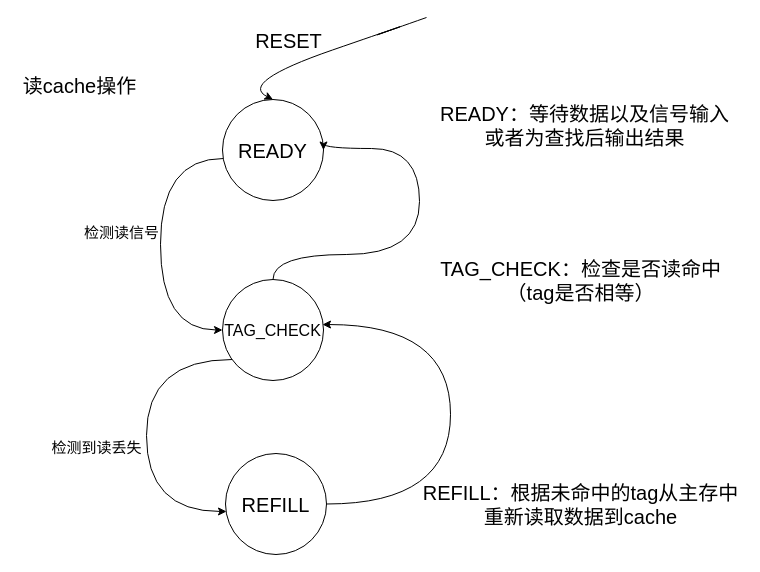
Before: exp4/draw/read.drawio in Wu-Fisher/cs_riscv_exp, a draw.io diagram. Source tidied: cells renumbered, new cells numbered last; positions are measured from the earlier drawing's top-left corner, leaving out a move shared by most shapes. Both pictures are drawn from the tidied source at 100%, with x=0, y=0 at pixel (17, 17).
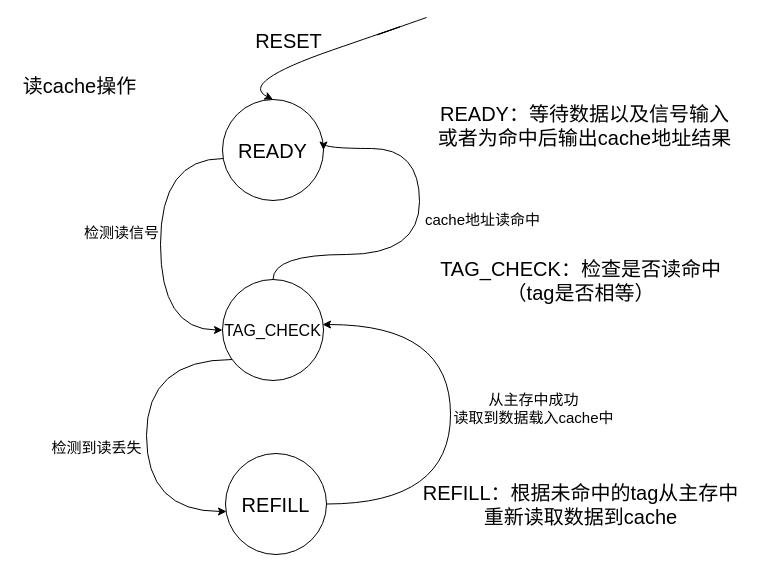
Above is the later version.

The edit, as a diff of the source:
```diff
@@
-    <mxCell id="12" value="READY：等待数据以及信号输入&lt;br&gt;或者为查找后输出结果" style="text;html=1;align=center;verticalAlign=middle;strokeColor=none;fillColor=none;fontSize=20;fontFamily=Helvetica;fontColor=#000000;" parent="1" vertex="1">
-      <mxGeometry x="417" y="82" width="299" height="52" as="geometry" />
+    <mxCell id="12" value="READY：等待数据以及信号输入&lt;br&gt;或者为命中后输出cache地址结果" style="text;html=1;align=center;verticalAlign=middle;strokeColor=none;fillColor=none;fontSize=20;fontFamily=Helvetica;fontColor=#000000;" parent="1" vertex="1">
+      <mxGeometry x="415" y="82" width="303" height="52" as="geometry" />
     </mxCell>
@@
+    <mxCell id="17" value="从主存中成功&lt;br&gt;读取到数据载入cache中" style="text;html=1;align=center;verticalAlign=middle;strokeColor=none;fillColor=none;fontSize=15;fontFamily=Helvetica;fontColor=#000000;" parent="1" vertex="1">
+      <mxGeometry x="431" y="371" width="170" height="40" as="geometry" />
+    </mxCell>
+    <mxCell id="18" value="cache地址读命中" style="text;html=1;align=center;verticalAlign=middle;strokeColor=none;fillColor=none;fontSize=15;fontFamily=Helvetica;fontColor=#000000;" parent="1" vertex="1">
+      <mxGeometry x="402" y="191" width="125" height="22" as="geometry" />
+    </mxCell>
```
